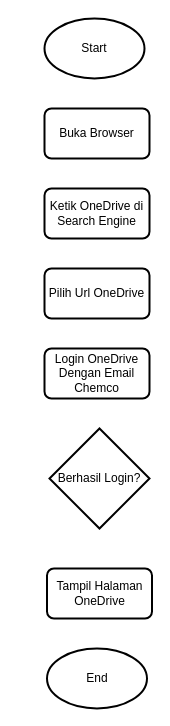
Above: OneDrive.drawio in armanefendi/Arman-Efendi (draw.io), before the change. Source tidied: cells renumbered, new cells numbered last; positions are measured from the earlier drawing's top-left corner, leaving out a move shared by most shapes. Both pictures are drawn from the tidied source at 100%, with x=0, y=0 at pixel (44, 18).
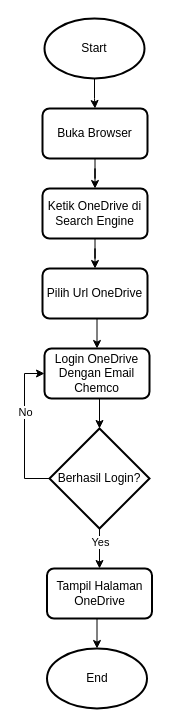
The same diagram, later.

The change refers to these unchanged cells:
```xml
<mxCell id="2" value="&lt;div&gt;Start&lt;/div&gt;" style="strokeWidth=2;html=1;shape=mxgraph.flowchart.start_1;whiteSpace=wrap;" parent="1" vertex="1">
  <mxGeometry width="100" height="60" as="geometry" />
</mxCell>
<mxCell id="6" value="Login OneDrive Dengan Email Chemco" style="rounded=1;whiteSpace=wrap;html=1;absoluteArcSize=1;arcSize=14;strokeWidth=2;" parent="1" vertex="1">
  <mxGeometry y="330" width="105" height="50" as="geometry" />
</mxCell>
<mxCell id="7" value="Berhasil Login?" style="strokeWidth=2;html=1;shape=mxgraph.flowchart.decision;whiteSpace=wrap;" parent="1" vertex="1">
  <mxGeometry x="5" y="410" width="100" height="100" as="geometry" />
</mxCell>
<mxCell id="8" value="Tampil Halaman OneDrive" style="rounded=1;whiteSpace=wrap;html=1;absoluteArcSize=1;arcSize=14;strokeWidth=2;" parent="1" vertex="1">
  <mxGeometry x="2.5" y="550" width="105" height="50" as="geometry" />
</mxCell>
<mxCell id="9" value="&lt;div&gt;End&lt;/div&gt;" style="strokeWidth=2;html=1;shape=mxgraph.flowchart.start_1;whiteSpace=wrap;" parent="1" vertex="1">
  <mxGeometry x="2.5" y="630" width="100" height="60" as="geometry" />
</mxCell>
```

The edit, as a diff of the source:
```diff
@@
+    <mxCell id="10" style="edgeStyle=orthogonalEdgeStyle;rounded=0;jettySize=auto;html=1;exitX=0.5;exitY=1;exitDx=0;exitDy=0;exitPerimeter=0;" parent="1" edge="1" source="2" target="3">
+      <mxGeometry relative="1" as="geometry" />
+    </mxCell>
@@
+    <mxCell id="11" style="edgeStyle=orthogonalEdgeStyle;rounded=0;jettySize=auto;html=1;exitX=0.5;exitY=1;exitDx=0;exitDy=0;" parent="1" edge="1" source="3" target="4">
+      <mxGeometry relative="1" as="geometry" />
+    </mxCell>
     <mxCell id="3" value="Buka Browser" style="rounded=1;whiteSpace=wrap;html=1;absoluteArcSize=1;arcSize=14;strokeWidth=2;" parent="1" vertex="1">
-      <mxGeometry y="90" width="105" height="50" as="geometry" />
+      <mxGeometry x="-2" y="90" width="105" height="50" as="geometry" />
     </mxCell>
+    <mxCell id="12" style="edgeStyle=orthogonalEdgeStyle;rounded=0;jettySize=auto;html=1;exitX=0.5;exitY=1;exitDx=0;exitDy=0;" parent="1" edge="1" source="4" target="5">
+      <mxGeometry relative="1" as="geometry" />
+    </mxCell>
     <mxCell id="4" value="Ketik OneDrive di Search Engine" style="rounded=1;whiteSpace=wrap;html=1;absoluteArcSize=1;arcSize=14;strokeWidth=2;" parent="1" vertex="1">
-      <mxGeometry y="170" width="105" height="50" as="geometry" />
+      <mxGeometry x="-2" y="170" width="105" height="50" as="geometry" />
     </mxCell>
+    <mxCell id="13" style="edgeStyle=orthogonalEdgeStyle;rounded=0;jettySize=auto;html=1;exitX=0.5;exitY=1;exitDx=0;exitDy=0;entryX=0.5;entryY=0;entryDx=0;entryDy=0;" parent="1" edge="1" source="5" target="6">
+      <mxGeometry relative="1" as="geometry" />
+    </mxCell>
     <mxCell id="5" value="Pilih Url OneDrive" style="rounded=1;whiteSpace=wrap;html=1;absoluteArcSize=1;arcSize=14;strokeWidth=2;" parent="1" vertex="1">
-      <mxGeometry y="250" width="105" height="50" as="geometry" />
+      <mxGeometry x="-2" y="250" width="105" height="50" as="geometry" />
     </mxCell>
+    <mxCell id="14" style="edgeStyle=orthogonalEdgeStyle;rounded=0;jettySize=auto;html=1;exitX=0.5;exitY=1;exitDx=0;exitDy=0;entryX=0.5;entryY=0;entryDx=0;entryDy=0;entryPerimeter=0;" parent="1" edge="1" source="6" target="7">
+      <mxGeometry relative="1" as="geometry" />
+    </mxCell>
@@
+    <mxCell id="15" style="edgeStyle=orthogonalEdgeStyle;rounded=0;jettySize=auto;html=1;exitX=0.5;exitY=1;exitDx=0;exitDy=0;exitPerimeter=0;" parent="1" edge="1" source="7" target="8">
+      <mxGeometry relative="1" as="geometry" />
+    </mxCell>
+    <mxCell id="16" value="&lt;div&gt;Yes&lt;/div&gt;" style="edgeLabel;html=1;align=center;verticalAlign=middle;" parent="15" vertex="1">
+      <mxGeometry x="-0.36" relative="1" as="geometry" />
+    </mxCell>
+    <mxCell id="17" style="edgeStyle=orthogonalEdgeStyle;rounded=0;jettySize=auto;html=1;exitX=0;exitY=0.5;exitDx=0;exitDy=0;exitPerimeter=0;entryX=0;entryY=0.5;entryDx=0;entryDy=0;" parent="1" edge="1" source="7" target="6">
+      <mxGeometry relative="1" as="geometry" />
+    </mxCell>
+    <mxCell id="18" value="No" style="edgeLabel;html=1;align=center;verticalAlign=middle;" parent="17" vertex="1">
+      <mxGeometry x="0.22" y="2" relative="1" as="geometry">
+        <mxPoint x="2" as="offset" />
+      </mxGeometry>
+    </mxCell>
@@
+    <mxCell id="19" style="edgeStyle=orthogonalEdgeStyle;rounded=0;jettySize=auto;html=1;exitX=0.5;exitY=1;exitDx=0;exitDy=0;entryX=0.5;entryY=0;entryDx=0;entryDy=0;entryPerimeter=0;" parent="1" edge="1" source="8" target="9">
+      <mxGeometry relative="1" as="geometry" />
+    </mxCell>
```
